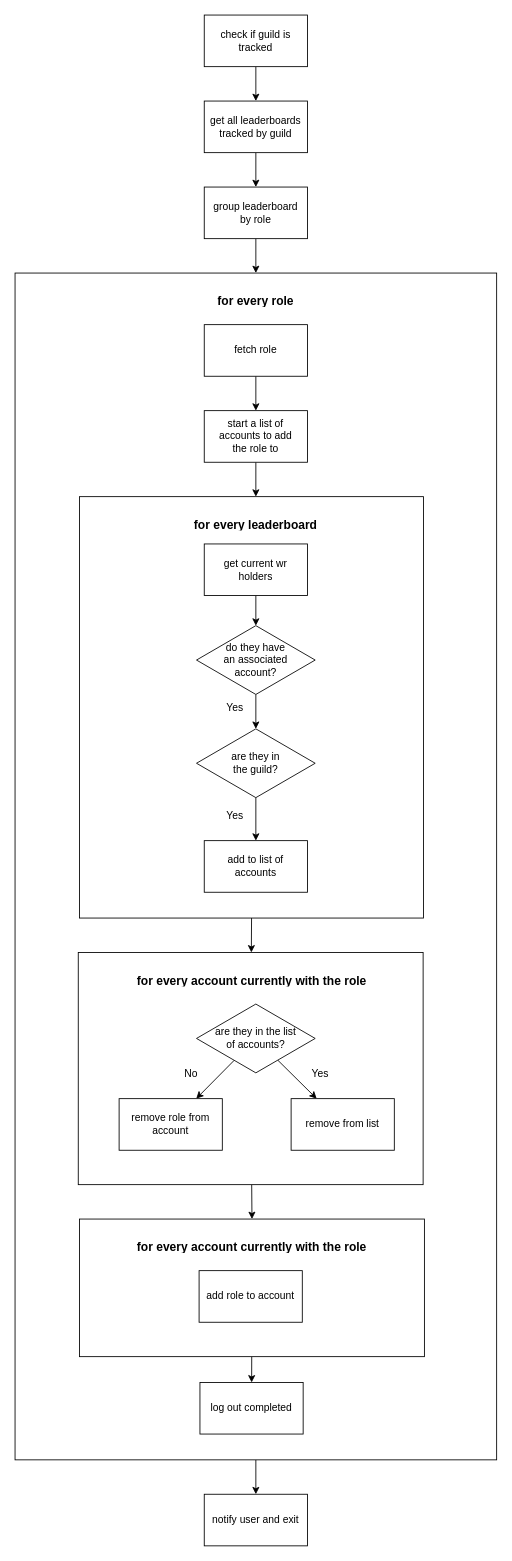
Before: src/discord/commands/update.drawio in mitchell-merry/src-wrs-bot-v2, a draw.io diagram. Source tidied: cells renumbered, new cells numbered last; positions are measured from the earlier drawing's top-left corner, leaving out a move shared by most shapes. Both pictures are drawn from the tidied source at 86%, with x=0, y=0 at pixel (15, 15).
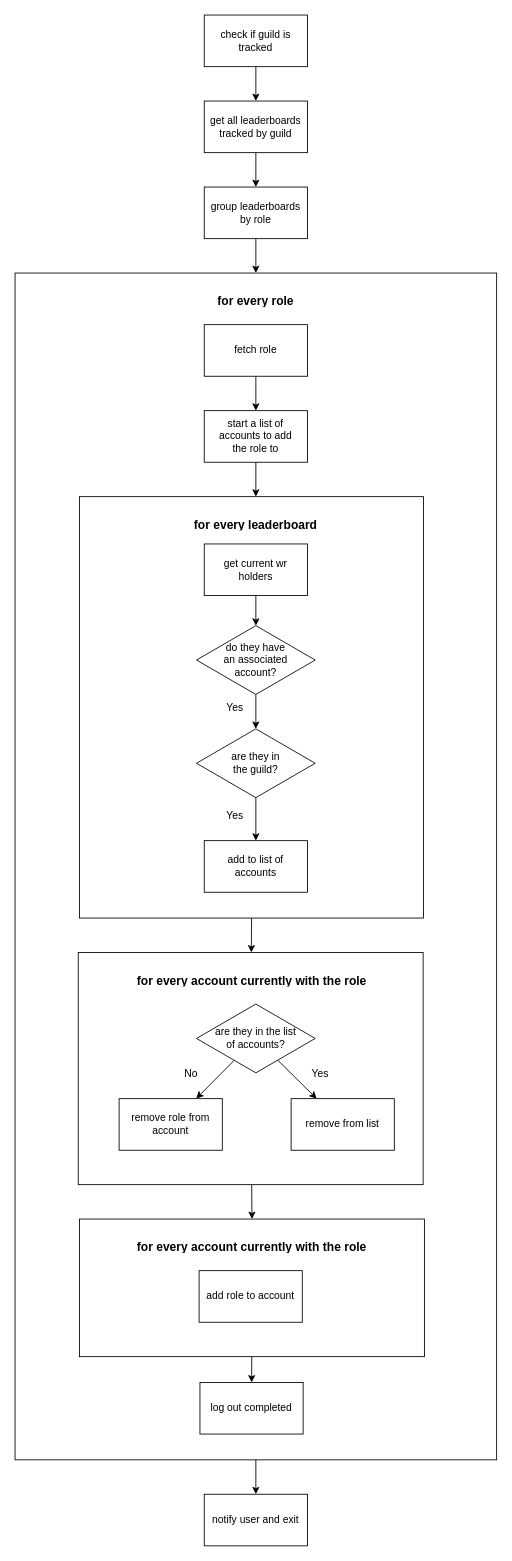
After the change.

What changed in the source:
```diff
@@
-    <mxCell id="13" value="group leaderboard&lt;br&gt;by role" style="whiteSpace=wrap;html=1;rounded=0;" parent="1" vertex="1">
+    <mxCell id="13" value="group leaderboards&lt;br&gt;by role" style="whiteSpace=wrap;html=1;rounded=0;" parent="1" vertex="1">
       <mxGeometry x="220" y="200" width="120" height="60" as="geometry" />
     </mxCell>
```
